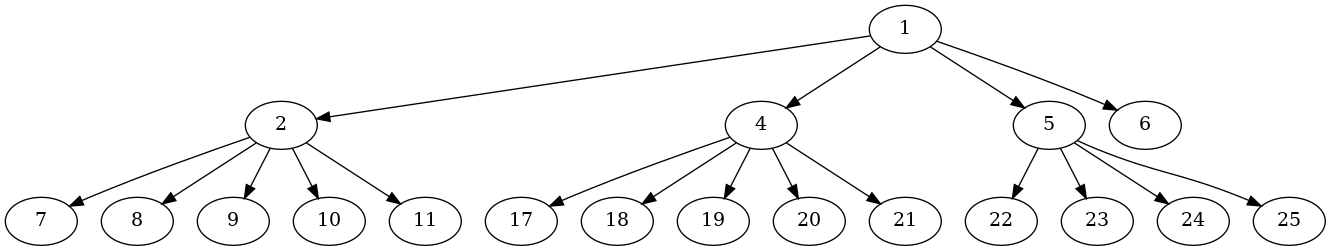
Earlier version of the Graphviz export examples/tree.png (Amlola/N-dimensional-tree). Its source is kept beside it as examples/tree.dot.
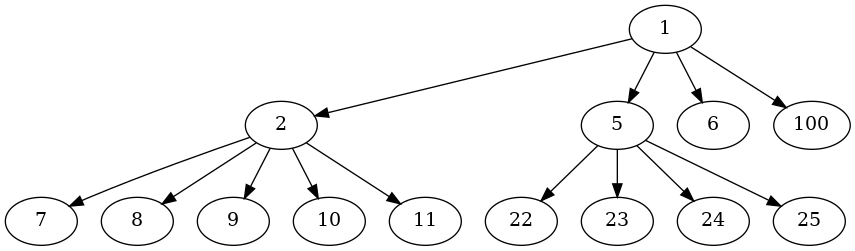
After the commit.

The edit, as a diff of the source:
```diff
@@ -13,27 +13,17 @@
   1 -> 6;
   6 [label="11"];
   0 -> 7;
-  7 [label="4"];
+  7 [label="5"];
   7 -> 8;
-  8 [label="17"];
+  8 [label="22"];
   7 -> 9;
-  9 [label="18"];
+  9 [label="23"];
   7 -> 10;
-  10 [label="19"];
+  10 [label="24"];
   7 -> 11;
-  11 [label="20"];
-  7 -> 12;
-  12 [label="21"];
+  11 [label="25"];
+  0 -> 12;
+  12 [label="6"];
   0 -> 13;
-  13 [label="5"];
-  13 -> 14;
-  14 [label="22"];
-  13 -> 15;
-  15 [label="23"];
-  13 -> 16;
-  16 [label="24"];
-  13 -> 17;
-  17 [label="25"];
-  0 -> 18;
-  18 [label="6"];
+  13 [label="100"];
 }
```
